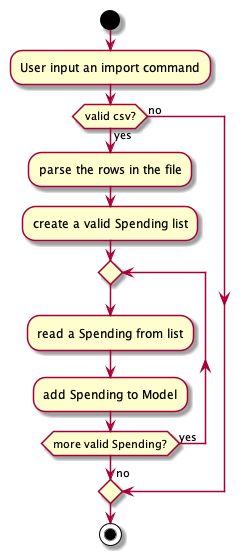
nus-cs2103-AY1920S1/addressbook-level3 keeps this PlantUML diagram as docs/images/import/ImportActivityDiagram.png. Above is the earlier version. Source of this version:
```plantuml
@startuml
start
:User input an import command;
if (valid csv?) then (yes)
:parse the rows in the file;
:create a valid Spending list;
repeat
  :read a Spending from list;
  :add Spending to Model;
repeat while (more valid Spending?) is (yes)
->no;
else (no)
endif
stop
@enduml
```
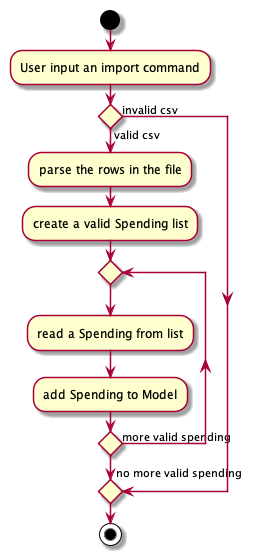
The same diagram one commit later.

Commit message:
Fixed activity diagram

Change to the diagram source:
```diff
@@ -1,15 +1,15 @@
 @startuml
 start
 :User input an import command;
-if (valid csv?) then (yes)
+if () then (valid csv)
 :parse the rows in the file;
 :create a valid Spending list;
 repeat
   :read a Spending from list;
   :add Spending to Model;
-repeat while (more valid Spending?) is (yes)
-->no;
-else (no)
+repeat while () is (more valid spending)
+->no more valid spending;
+else (invalid csv)
 endif
 stop
 @enduml
```
